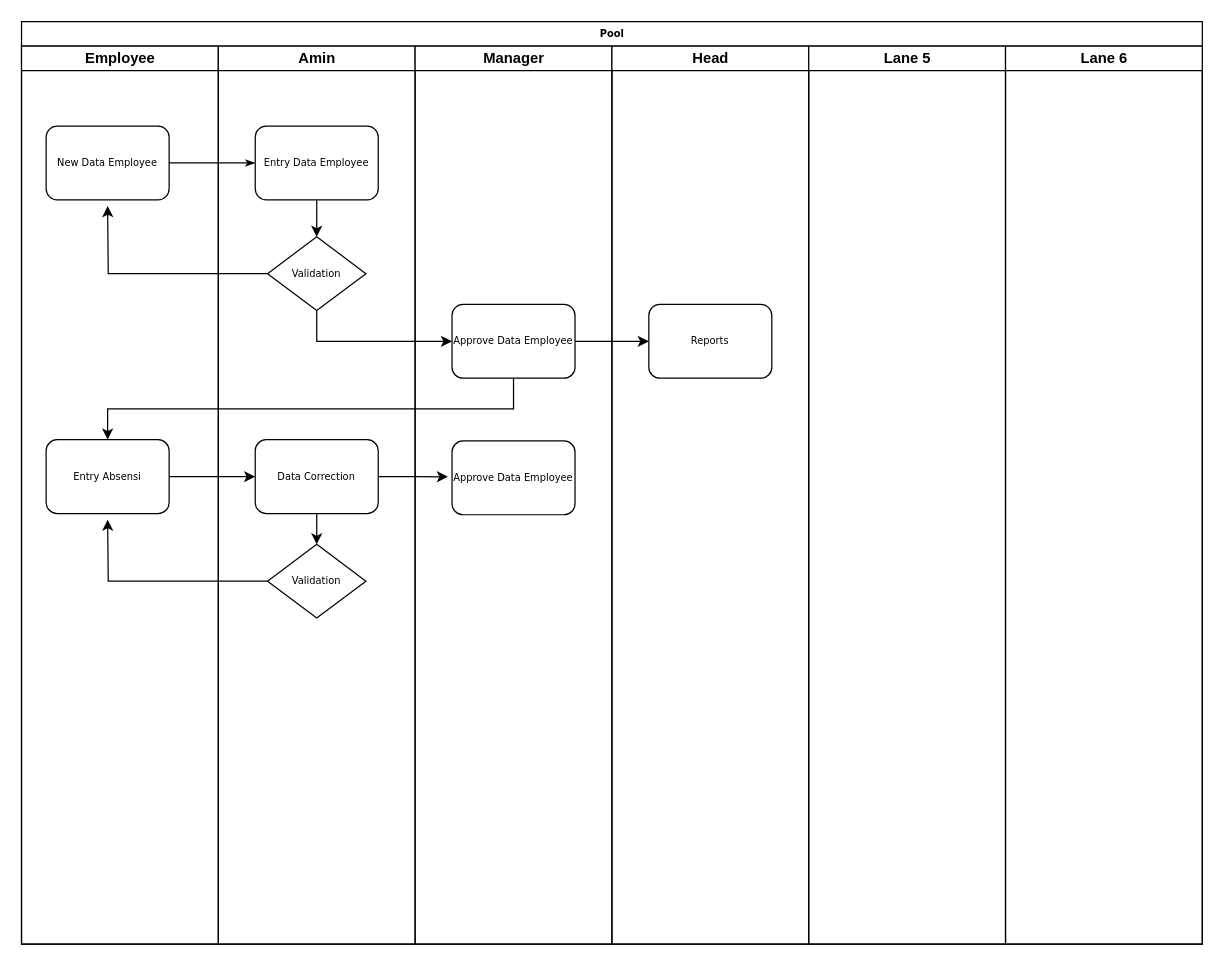
Before: page "Diagram Alir" (2 of 3) of diagram alir.drawio in w4hyud1/leni_karyawan, a draw.io diagram. Source tidied: cells renumbered, new cells numbered last; positions are measured from the earlier drawing's top-left corner, leaving out a move shared by most shapes. Both pictures are drawn from the tidied source at 123%, with x=0, y=0 at pixel (21, 21).
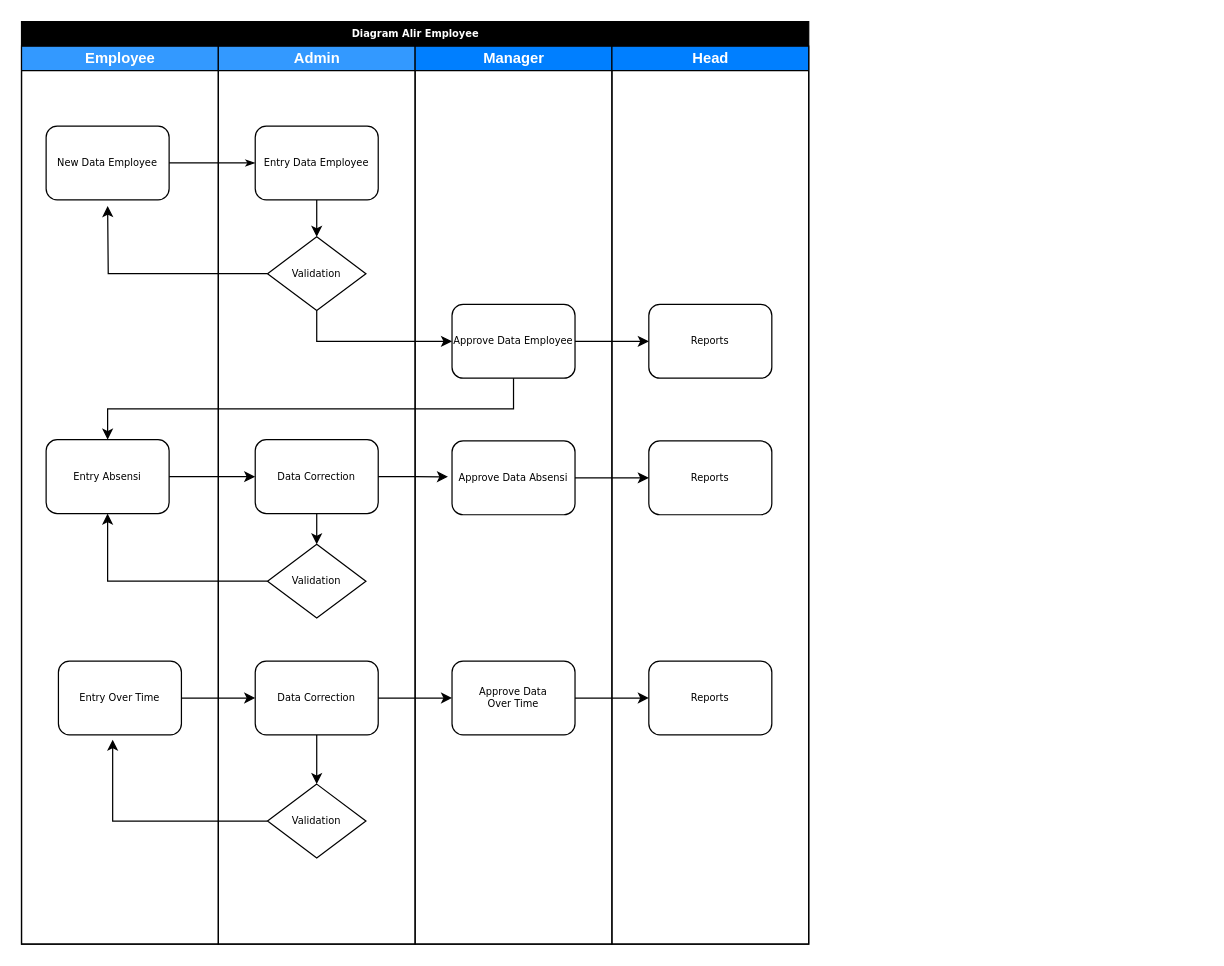
The same page after the edit.

Unchanged cells that the change refers to:
```xml
<mxCell id="5" value="Entry Absensi" style="rounded=1;whiteSpace=wrap;html=1;shadow=0;labelBackgroundColor=none;strokeWidth=1;fontFamily=Verdana;fontSize=8;align=center;" parent="3" vertex="1">
  <mxGeometry x="20" y="320" width="100" height="60" as="geometry" />
</mxCell>
<mxCell id="14" value="Validation" style="rhombus;whiteSpace=wrap;html=1;rounded=0;shadow=0;labelBackgroundColor=none;strokeWidth=1;fontFamily=Verdana;fontSize=8;align=center;" parent="8" vertex="1">
  <mxGeometry x="40" y="405" width="80" height="60" as="geometry" />
</mxCell>
```

The edit, as a diff of the source:
```diff
@@
-    <mxCell id="2" value="Pool" style="swimlane;html=1;startSize=20;rounded=0;shadow=0;labelBackgroundColor=none;strokeWidth=1;fontFamily=Verdana;fontSize=8;align=center;" parent="1" vertex="1">
-      <mxGeometry width="960" height="750" as="geometry" />
+    <mxCell id="2" value="Diagram Alir Employee" style="swimlane;html=1;startSize=20;rounded=0;shadow=0;labelBackgroundColor=none;strokeWidth=1;fontFamily=Verdana;fontSize=8;align=center;fontColor=#FFFFFF;fillColor=#000000;" parent="1" vertex="1">
+      <mxGeometry width="640" height="750" as="geometry" />
     </mxCell>
-    <mxCell id="3" value="Employee" style="swimlane;html=1;startSize=20;" parent="2" vertex="1">
+    <mxCell id="3" value="Employee" style="swimlane;html=1;startSize=20;fillColor=#3399FF;fontColor=#FFFFFF;" parent="2" vertex="1">
       <mxGeometry y="20" width="160" height="730" as="geometry" />
     </mxCell>
@@
+    <mxCell id="28" value="Entry Over Time" style="rounded=1;whiteSpace=wrap;html=1;shadow=0;labelBackgroundColor=none;strokeWidth=1;fontFamily=Verdana;fontSize=8;align=center;" parent="3" vertex="1">
+      <mxGeometry x="30" y="500" width="100" height="60" as="geometry" />
+    </mxCell>
@@
-    <mxCell id="8" value="Amin" style="swimlane;html=1;startSize=20;" parent="2" vertex="1">
+    <mxCell id="8" value="Admin" style="swimlane;html=1;startSize=20;fillColor=#3399FF;fontColor=#FFFFFF;" parent="2" vertex="1">
       <mxGeometry x="160" y="20" width="160" height="730" as="geometry" />
     </mxCell>
@@
+    <mxCell id="29" style="edgeStyle=orthogonalEdgeStyle;rounded=0;jettySize=auto;html=1;exitX=0.5;exitY=1;exitDx=0;exitDy=0;entryX=0.5;entryY=0;entryDx=0;entryDy=0;" parent="8" edge="1" source="30" target="31">
+      <mxGeometry relative="1" as="geometry" />
+    </mxCell>
+    <mxCell id="30" value="Data Correction" style="rounded=1;whiteSpace=wrap;html=1;shadow=0;labelBackgroundColor=none;strokeWidth=1;fontFamily=Verdana;fontSize=8;align=center;" parent="8" vertex="1">
+      <mxGeometry x="30" y="500" width="100" height="60" as="geometry" />
+    </mxCell>
+    <mxCell id="31" value="Validation" style="rhombus;whiteSpace=wrap;html=1;rounded=0;shadow=0;labelBackgroundColor=none;strokeWidth=1;fontFamily=Verdana;fontSize=8;align=center;" parent="8" vertex="1">
+      <mxGeometry x="40" y="600" width="80" height="60" as="geometry" />
+    </mxCell>
-    <mxCell id="15" value="Manager" style="swimlane;html=1;startSize=20;" parent="2" vertex="1">
+    <mxCell id="15" value="Manager" style="swimlane;html=1;startSize=20;fillColor=#007FFF;fontColor=#FFFFFF;" parent="2" vertex="1">
       <mxGeometry x="320" y="20" width="160" height="730" as="geometry" />
     </mxCell>
@@
-    <mxCell id="17" value="Approve Data Employee" style="rounded=1;whiteSpace=wrap;html=1;shadow=0;labelBackgroundColor=none;strokeWidth=1;fontFamily=Verdana;fontSize=8;align=center;" parent="15" vertex="1">
+    <mxCell id="17" value="Approve Data Absensi" style="rounded=1;whiteSpace=wrap;html=1;shadow=0;labelBackgroundColor=none;strokeWidth=1;fontFamily=Verdana;fontSize=8;align=center;" parent="15" vertex="1">
       <mxGeometry x="30" y="321" width="100" height="60" as="geometry" />
     </mxCell>
+    <mxCell id="32" value="Approve Data &lt;br&gt;Over Time" style="rounded=1;whiteSpace=wrap;html=1;shadow=0;labelBackgroundColor=none;strokeWidth=1;fontFamily=Verdana;fontSize=8;align=center;" parent="15" vertex="1">
+      <mxGeometry x="30" y="500" width="100" height="60" as="geometry" />
+    </mxCell>
-    <mxCell id="18" value="Head" style="swimlane;html=1;startSize=20;" parent="2" vertex="1">
+    <mxCell id="18" value="Head" style="swimlane;html=1;startSize=20;fillColor=#007FFF;fontColor=#FFFFFF;" parent="2" vertex="1">
       <mxGeometry x="480" y="20" width="160" height="730" as="geometry" />
     </mxCell>
@@
-    <mxCell id="20" value="Lane 5" style="swimlane;html=1;startSize=20;" parent="2" vertex="1">
-      <mxGeometry x="640" y="20" width="160" height="730" as="geometry" />
-    </mxCell>
-    <mxCell id="21" value="Lane 6" style="swimlane;html=1;startSize=20;" parent="2" vertex="1">
-      <mxGeometry x="800" y="20" width="160" height="730" as="geometry" />
-    </mxCell>
+    <mxCell id="33" value="Reports" style="rounded=1;whiteSpace=wrap;html=1;shadow=0;labelBackgroundColor=none;strokeWidth=1;fontFamily=Verdana;fontSize=8;align=center;" parent="18" vertex="1">
+      <mxGeometry x="30" y="321" width="100" height="60" as="geometry" />
+    </mxCell>
+    <mxCell id="34" value="Reports" style="rounded=1;whiteSpace=wrap;html=1;shadow=0;labelBackgroundColor=none;strokeWidth=1;fontFamily=Verdana;fontSize=8;align=center;" parent="18" vertex="1">
+      <mxGeometry x="30" y="500" width="100" height="60" as="geometry" />
+    </mxCell>
@@
+    <mxCell id="35" style="edgeStyle=orthogonalEdgeStyle;rounded=0;jettySize=auto;html=1;exitX=1;exitY=0.5;exitDx=0;exitDy=0;entryX=0;entryY=0.5;entryDx=0;entryDy=0;" parent="2" edge="1" source="17" target="33">
+      <mxGeometry relative="1" as="geometry" />
+    </mxCell>
+    <mxCell id="36" style="edgeStyle=orthogonalEdgeStyle;rounded=0;jettySize=auto;html=1;exitX=1;exitY=0.5;exitDx=0;exitDy=0;entryX=0;entryY=0.5;entryDx=0;entryDy=0;" parent="2" edge="1" source="28" target="30">
+      <mxGeometry relative="1" as="geometry" />
+    </mxCell>
+    <mxCell id="37" style="edgeStyle=orthogonalEdgeStyle;rounded=0;jettySize=auto;html=1;exitX=1;exitY=0.5;exitDx=0;exitDy=0;entryX=0;entryY=0.5;entryDx=0;entryDy=0;" parent="2" edge="1" source="30" target="32">
+      <mxGeometry relative="1" as="geometry" />
+    </mxCell>
+    <mxCell id="38" style="edgeStyle=orthogonalEdgeStyle;rounded=0;jettySize=auto;html=1;exitX=1;exitY=0.5;exitDx=0;exitDy=0;entryX=0;entryY=0.5;entryDx=0;entryDy=0;" parent="2" edge="1" source="32" target="34">
+      <mxGeometry relative="1" as="geometry" />
+    </mxCell>
+    <mxCell id="39" style="edgeStyle=orthogonalEdgeStyle;rounded=0;jettySize=auto;html=1;exitX=0;exitY=0.5;exitDx=0;exitDy=0;entryX=0.441;entryY=1.064;entryDx=0;entryDy=0;entryPerimeter=0;" parent="2" edge="1" source="31" target="28">
+      <mxGeometry relative="1" as="geometry" />
+    </mxCell>
+    <mxCell id="27" style="edgeStyle=orthogonalEdgeStyle;rounded=0;jettySize=auto;html=1;exitX=0;exitY=0.5;exitDx=0;exitDy=0;entryX=0.5;entryY=1;entryDx=0;entryDy=0;" parent="2" edge="1" source="14" target="5">
+      <mxGeometry relative="1" as="geometry" />
+    </mxCell>
@@
-    <mxCell id="27" style="edgeStyle=orthogonalEdgeStyle;rounded=0;jettySize=auto;html=1;exitX=0;exitY=0.5;exitDx=0;exitDy=0;" parent="1" edge="1" source="14">
-      <mxGeometry relative="1" as="geometry">
-        <mxPoint x="70" y="405" as="targetPoint" />
-      </mxGeometry>
-    </mxCell>
```
